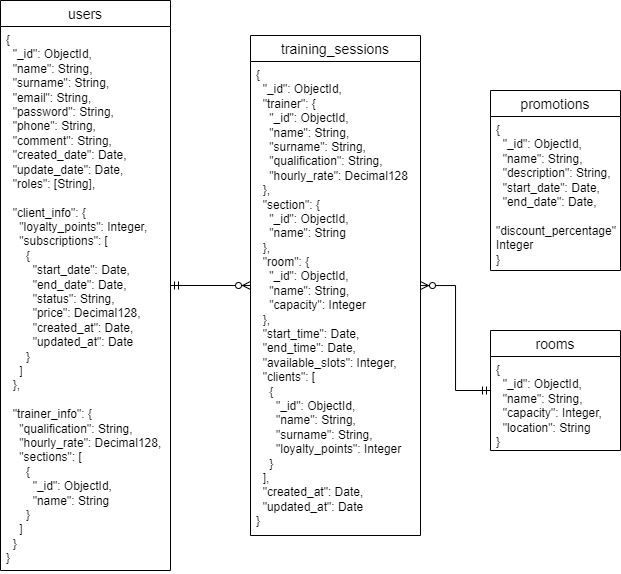
Above: assets/mongo.png in moevm/nosql2h24-gym (draw.io), before the change. Source tidied: cells renumbered, new cells last; positions are measured from the earlier drawing's top-left corner, leaving out a move shared by most shapes.
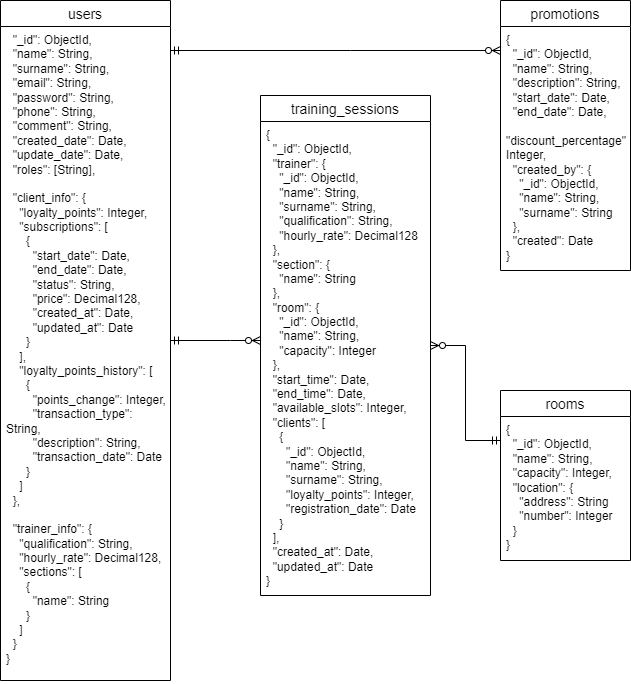
After the commit.

Commit message:
update sql & mongo schemas

The edit, as a diff of the source:
```diff
@@ -3,34 +3,52 @@
     <mxCell id="0" />
     <mxCell id="1" parent="0" />
     <mxCell id="2" value="users" style="swimlane;fontStyle=0;horizontal=1;startSize=26;align=center;fontSize=14;" parent="1" vertex="1">
-      <mxGeometry width="170" height="570" as="geometry" />
+      <mxGeometry x="-10" y="-60" width="170" height="680" as="geometry" />
     </mxCell>
-    <mxCell id="3" value="&lt;div&gt;{&lt;/div&gt;&lt;div&gt;&amp;nbsp; &quot;_id&quot;: ObjectId,&lt;/div&gt;&lt;div&gt;&amp;nbsp; &quot;name&quot;: String,&lt;/div&gt;&lt;div&gt;&amp;nbsp; &quot;surname&quot;: String,&lt;/div&gt;&lt;div&gt;&amp;nbsp; &quot;email&quot;: String,&lt;/div&gt;&lt;div&gt;&amp;nbsp; &quot;password&quot;: String,&lt;/div&gt;&lt;div&gt;&amp;nbsp; &quot;phone&quot;: String,&lt;/div&gt;&lt;div&gt;&amp;nbsp; &quot;comment&quot;: String,&lt;/div&gt;&lt;div&gt;&amp;nbsp; &quot;created_date&quot;: Date,&lt;/div&gt;&lt;div&gt;&amp;nbsp; &quot;update_date&quot;: Date,&lt;/div&gt;&lt;div&gt;&amp;nbsp; &quot;roles&quot;: [String],&lt;/div&gt;&lt;div&gt;&lt;br&gt;&lt;/div&gt;&lt;div&gt;&amp;nbsp; &quot;client_info&quot;: {&lt;/div&gt;&lt;div&gt;&amp;nbsp; &amp;nbsp; &quot;loyalty_points&quot;: Integer,&lt;/div&gt;&lt;div&gt;&amp;nbsp; &amp;nbsp; &quot;subscriptions&quot;: [&lt;/div&gt;&lt;div&gt;&amp;nbsp; &amp;nbsp; &amp;nbsp; {&lt;/div&gt;&lt;div&gt;&amp;nbsp; &amp;nbsp; &amp;nbsp; &amp;nbsp; &quot;start_date&quot;: Date,&lt;/div&gt;&lt;div&gt;&amp;nbsp; &amp;nbsp; &amp;nbsp; &amp;nbsp; &quot;end_date&quot;: Date,&lt;/div&gt;&lt;div&gt;&amp;nbsp; &amp;nbsp; &amp;nbsp; &amp;nbsp; &quot;status&quot;: String,&lt;/div&gt;&lt;div&gt;&amp;nbsp; &amp;nbsp; &amp;nbsp; &amp;nbsp; &quot;price&quot;: Decimal128,&lt;/div&gt;&lt;div&gt;&amp;nbsp; &amp;nbsp; &amp;nbsp; &amp;nbsp; &quot;created_at&quot;: Date,&lt;/div&gt;&lt;div&gt;&amp;nbsp; &amp;nbsp; &amp;nbsp; &amp;nbsp; &quot;updated_at&quot;: Date&lt;/div&gt;&lt;div&gt;&amp;nbsp; &amp;nbsp; &amp;nbsp; }&lt;/div&gt;&lt;div&gt;&amp;nbsp; &amp;nbsp; ]&lt;/div&gt;&lt;div&gt;&amp;nbsp; },&lt;/div&gt;&lt;div&gt;&lt;br&gt;&lt;/div&gt;&lt;div&gt;&amp;nbsp; &quot;trainer_info&quot;: {&lt;/div&gt;&lt;div&gt;&amp;nbsp; &amp;nbsp; &quot;qualification&quot;: String,&lt;/div&gt;&lt;div&gt;&amp;nbsp; &amp;nbsp; &quot;hourly_rate&quot;: Decimal128,&lt;/div&gt;&lt;div&gt;&amp;nbsp; &amp;nbsp; &quot;sections&quot;: [&lt;/div&gt;&lt;div&gt;&amp;nbsp; &amp;nbsp; &amp;nbsp; {&lt;/div&gt;&lt;div&gt;&amp;nbsp; &amp;nbsp; &amp;nbsp; &amp;nbsp; &quot;_id&quot;: ObjectId,&lt;/div&gt;&lt;div&gt;&amp;nbsp; &amp;nbsp; &amp;nbsp; &amp;nbsp; &quot;name&quot;: String&lt;/div&gt;&lt;div&gt;&amp;nbsp; &amp;nbsp; &amp;nbsp; }&lt;/div&gt;&lt;div&gt;&amp;nbsp; &amp;nbsp; ]&lt;/div&gt;&lt;div&gt;&amp;nbsp; }&lt;/div&gt;&lt;div&gt;}&lt;/div&gt;" style="text;strokeColor=none;fillColor=none;spacingLeft=4;spacingRight=4;overflow=hidden;fontSize=12;whiteSpace=wrap;html=1;" parent="2" vertex="1">
-      <mxGeometry y="26" width="170" height="544" as="geometry" />
+    <mxCell id="3" value="&lt;div&gt;&amp;nbsp; &quot;_id&quot;: ObjectId,&lt;/div&gt;&lt;div&gt;&amp;nbsp; &quot;name&quot;: String,&lt;/div&gt;&lt;div&gt;&amp;nbsp; &quot;surname&quot;: String,&lt;/div&gt;&lt;div&gt;&amp;nbsp; &quot;email&quot;: String,&lt;/div&gt;&lt;div&gt;&amp;nbsp; &quot;password&quot;: String,&lt;/div&gt;&lt;div&gt;&amp;nbsp; &quot;phone&quot;: String,&lt;/div&gt;&lt;div&gt;&amp;nbsp; &quot;comment&quot;: String,&lt;/div&gt;&lt;div&gt;&amp;nbsp; &quot;created_date&quot;: Date,&lt;/div&gt;&lt;div&gt;&amp;nbsp; &quot;update_date&quot;: Date,&lt;/div&gt;&lt;div&gt;&amp;nbsp; &quot;roles&quot;: [String],&lt;/div&gt;&lt;div&gt;&lt;br&gt;&lt;/div&gt;&lt;div&gt;&amp;nbsp; &quot;client_info&quot;: {&lt;/div&gt;&lt;div&gt;&amp;nbsp; &amp;nbsp; &quot;loyalty_points&quot;: Integer,&lt;/div&gt;&lt;div&gt;&amp;nbsp; &amp;nbsp; &quot;subscriptions&quot;: [&lt;/div&gt;&lt;div&gt;&amp;nbsp; &amp;nbsp; &amp;nbsp; {&lt;/div&gt;&lt;div&gt;&amp;nbsp; &amp;nbsp; &amp;nbsp; &amp;nbsp; &quot;start_date&quot;: Date,&lt;/div&gt;&lt;div&gt;&amp;nbsp; &amp;nbsp; &amp;nbsp; &amp;nbsp; &quot;end_date&quot;: Date,&lt;/div&gt;&lt;div&gt;&amp;nbsp; &amp;nbsp; &amp;nbsp; &amp;nbsp; &quot;status&quot;: String,&lt;/div&gt;&lt;div&gt;&amp;nbsp; &amp;nbsp; &amp;nbsp; &amp;nbsp; &quot;price&quot;: Decimal128,&lt;/div&gt;&lt;div&gt;&amp;nbsp; &amp;nbsp; &amp;nbsp; &amp;nbsp; &quot;created_at&quot;: Date,&lt;/div&gt;&lt;div&gt;&amp;nbsp; &amp;nbsp; &amp;nbsp; &amp;nbsp; &quot;updated_at&quot;: Date&lt;/div&gt;&lt;div&gt;&amp;nbsp; &amp;nbsp; &amp;nbsp; }&lt;/div&gt;&lt;div&gt;&amp;nbsp; &amp;nbsp; ],&lt;/div&gt;&lt;div&gt;&amp;nbsp; &amp;nbsp; &quot;loyalty_points_history&quot;: [&lt;/div&gt;&lt;div&gt;&amp;nbsp; &amp;nbsp; &amp;nbsp; {&lt;/div&gt;&lt;div&gt;&amp;nbsp; &amp;nbsp; &amp;nbsp; &amp;nbsp; &quot;points_change&quot;: Integer,&lt;/div&gt;&lt;div&gt;&amp;nbsp; &amp;nbsp; &amp;nbsp; &amp;nbsp; &quot;transaction_type&quot;: String,&lt;/div&gt;&lt;div&gt;&amp;nbsp; &amp;nbsp; &amp;nbsp; &amp;nbsp; &quot;description&quot;: String,&lt;/div&gt;&lt;div&gt;&amp;nbsp; &amp;nbsp; &amp;nbsp; &amp;nbsp; &quot;transaction_date&quot;: Date&lt;/div&gt;&lt;div&gt;&amp;nbsp; &amp;nbsp; &amp;nbsp; }&lt;/div&gt;&lt;div&gt;&amp;nbsp; &amp;nbsp; ]&lt;/div&gt;&lt;div&gt;&amp;nbsp; },&lt;/div&gt;&lt;div&gt;&lt;br&gt;&lt;/div&gt;&lt;div&gt;&amp;nbsp; &quot;trainer_info&quot;: {&lt;/div&gt;&lt;div&gt;&amp;nbsp; &amp;nbsp; &quot;qualification&quot;: String,&lt;/div&gt;&lt;div&gt;&amp;nbsp; &amp;nbsp; &quot;hourly_rate&quot;: Decimal128,&lt;/div&gt;&lt;div&gt;&amp;nbsp; &amp;nbsp; &quot;sections&quot;: [&lt;/div&gt;&lt;div&gt;&amp;nbsp; &amp;nbsp; &amp;nbsp; {&lt;/div&gt;&lt;div&gt;&amp;nbsp; &amp;nbsp; &amp;nbsp; &amp;nbsp; &quot;name&quot;: String&lt;/div&gt;&lt;div&gt;&amp;nbsp; &amp;nbsp; &amp;nbsp; }&lt;/div&gt;&lt;div&gt;&amp;nbsp; &amp;nbsp; ]&lt;/div&gt;&lt;div&gt;&amp;nbsp; }&lt;/div&gt;&lt;div&gt;}&lt;/div&gt;" style="text;strokeColor=none;fillColor=none;spacingLeft=4;spacingRight=4;overflow=hidden;fontSize=12;whiteSpace=wrap;html=1;" parent="2" vertex="1">
+      <mxGeometry y="26" width="170" height="654" as="geometry" />
     </mxCell>
     <mxCell id="4" value="rooms" style="swimlane;fontStyle=0;horizontal=1;startSize=26;align=center;fontSize=14;" parent="1" vertex="1">
-      <mxGeometry x="490" y="330" width="130" height="120" as="geometry" />
+      <mxGeometry x="490" y="330" width="130" height="170" as="geometry" />
     </mxCell>
-    <mxCell id="5" value="&lt;div&gt;{&lt;/div&gt;&lt;div&gt;&amp;nbsp; &quot;_id&quot;: ObjectId,&lt;/div&gt;&lt;div&gt;&amp;nbsp; &quot;name&quot;: String,&lt;/div&gt;&lt;div&gt;&amp;nbsp; &quot;capacity&quot;: Integer,&lt;/div&gt;&lt;div&gt;&amp;nbsp; &quot;location&quot;: String&lt;/div&gt;&lt;div&gt;}&lt;/div&gt;" style="text;strokeColor=none;fillColor=none;spacingLeft=4;spacingRight=4;overflow=hidden;fontSize=12;whiteSpace=wrap;html=1;" parent="4" vertex="1">
-      <mxGeometry y="26" width="130" height="94" as="geometry" />
+    <mxCell id="5" value="&lt;div&gt;{&lt;/div&gt;&lt;div&gt;&amp;nbsp; &quot;_id&quot;: ObjectId,&lt;/div&gt;&lt;div&gt;&amp;nbsp; &quot;name&quot;: String,&lt;/div&gt;&lt;div&gt;&amp;nbsp; &quot;capacity&quot;: Integer,&lt;/div&gt;&lt;div&gt;&amp;nbsp; &quot;location&quot;: {&lt;/div&gt;&lt;div&gt;&amp;nbsp; &amp;nbsp; &quot;address&quot;: String&lt;/div&gt;&lt;div&gt;&amp;nbsp; &amp;nbsp; &quot;number&quot;: Integer&lt;/div&gt;&lt;div&gt;&amp;nbsp; }&lt;/div&gt;&lt;div&gt;}&lt;/div&gt;" style="text;strokeColor=none;fillColor=none;spacingLeft=4;spacingRight=4;overflow=hidden;fontSize=12;whiteSpace=wrap;html=1;" parent="4" vertex="1">
+      <mxGeometry y="26" width="130" height="144" as="geometry" />
     </mxCell>
     <mxCell id="6" value="training_sessions" style="swimlane;fontStyle=0;horizontal=1;startSize=26;align=center;fontSize=14;" parent="1" vertex="1">
       <mxGeometry x="250" y="35" width="170" height="500" as="geometry" />
     </mxCell>
-    <mxCell id="7" value="&lt;div&gt;{&lt;/div&gt;&lt;div&gt;&amp;nbsp; &quot;_id&quot;: ObjectId,&lt;/div&gt;&lt;div&gt;&amp;nbsp; &quot;trainer&quot;: {&lt;/div&gt;&lt;div&gt;&amp;nbsp; &amp;nbsp; &quot;_id&quot;: ObjectId,&lt;/div&gt;&lt;div&gt;&amp;nbsp; &amp;nbsp; &quot;name&quot;: String,&lt;/div&gt;&lt;div&gt;&amp;nbsp; &amp;nbsp; &quot;surname&quot;: String,&lt;/div&gt;&lt;div&gt;&amp;nbsp; &amp;nbsp; &quot;qualification&quot;: String,&lt;/div&gt;&lt;div&gt;&amp;nbsp; &amp;nbsp; &quot;hourly_rate&quot;: Decimal128&lt;/div&gt;&lt;div&gt;&amp;nbsp; },&lt;/div&gt;&lt;div&gt;&amp;nbsp; &quot;section&quot;: {&lt;/div&gt;&lt;div&gt;&amp;nbsp; &amp;nbsp; &quot;_id&quot;: ObjectId,&lt;/div&gt;&lt;div&gt;&amp;nbsp; &amp;nbsp; &quot;name&quot;: String&lt;/div&gt;&lt;div&gt;&amp;nbsp; },&lt;/div&gt;&lt;div&gt;&amp;nbsp; &quot;room&quot;: {&lt;/div&gt;&lt;div&gt;&amp;nbsp; &amp;nbsp; &quot;_id&quot;: ObjectId,&lt;/div&gt;&lt;div&gt;&amp;nbsp; &amp;nbsp; &quot;name&quot;: String,&lt;/div&gt;&lt;div&gt;&amp;nbsp; &amp;nbsp; &quot;capacity&quot;: Integer&lt;/div&gt;&lt;div&gt;&amp;nbsp; },&lt;/div&gt;&lt;div&gt;&amp;nbsp; &quot;start_time&quot;: Date,&lt;/div&gt;&lt;div&gt;&amp;nbsp; &quot;end_time&quot;: Date,&lt;/div&gt;&lt;div&gt;&amp;nbsp; &quot;available_slots&quot;: Integer,&lt;/div&gt;&lt;div&gt;&amp;nbsp; &quot;clients&quot;: [&lt;/div&gt;&lt;div&gt;&amp;nbsp; &amp;nbsp; {&lt;/div&gt;&lt;div&gt;&amp;nbsp; &amp;nbsp; &amp;nbsp; &quot;_id&quot;: ObjectId,&lt;/div&gt;&lt;div&gt;&amp;nbsp; &amp;nbsp; &amp;nbsp; &quot;name&quot;: String,&lt;/div&gt;&lt;div&gt;&amp;nbsp; &amp;nbsp; &amp;nbsp; &quot;surname&quot;: String,&lt;/div&gt;&lt;div&gt;&amp;nbsp; &amp;nbsp; &amp;nbsp; &quot;loyalty_points&quot;: Integer&lt;/div&gt;&lt;div&gt;&amp;nbsp; &amp;nbsp; }&lt;/div&gt;&lt;div&gt;&amp;nbsp; ],&lt;/div&gt;&lt;div&gt;&amp;nbsp; &quot;created_at&quot;: Date,&lt;/div&gt;&lt;div&gt;&amp;nbsp; &quot;updated_at&quot;: Date&lt;/div&gt;&lt;div&gt;}&lt;/div&gt;" style="text;strokeColor=none;fillColor=none;spacingLeft=4;spacingRight=4;overflow=hidden;fontSize=12;whiteSpace=wrap;html=1;" parent="6" vertex="1">
+    <mxCell id="7" value="&lt;div&gt;{&lt;/div&gt;&lt;div&gt;&amp;nbsp; &quot;_id&quot;: ObjectId,&lt;/div&gt;&lt;div&gt;&amp;nbsp; &quot;trainer&quot;: {&lt;/div&gt;&lt;div&gt;&amp;nbsp; &amp;nbsp; &quot;_id&quot;: ObjectId,&lt;/div&gt;&lt;div&gt;&amp;nbsp; &amp;nbsp; &quot;name&quot;: String,&lt;/div&gt;&lt;div&gt;&amp;nbsp; &amp;nbsp; &quot;surname&quot;: String,&lt;/div&gt;&lt;div&gt;&amp;nbsp; &amp;nbsp; &quot;qualification&quot;: String,&lt;/div&gt;&lt;div&gt;&amp;nbsp; &amp;nbsp; &quot;hourly_rate&quot;: Decimal128&lt;/div&gt;&lt;div&gt;&amp;nbsp; },&lt;/div&gt;&lt;div&gt;&amp;nbsp; &quot;section&quot;: {&lt;/div&gt;&lt;div&gt;&amp;nbsp; &amp;nbsp; &quot;name&quot;: String&lt;/div&gt;&lt;div&gt;&amp;nbsp; },&lt;/div&gt;&lt;div&gt;&amp;nbsp; &quot;room&quot;: {&lt;/div&gt;&lt;div&gt;&amp;nbsp; &amp;nbsp; &quot;_id&quot;: ObjectId,&lt;/div&gt;&lt;div&gt;&amp;nbsp; &amp;nbsp; &quot;name&quot;: String,&lt;/div&gt;&lt;div&gt;&amp;nbsp; &amp;nbsp; &quot;capacity&quot;: Integer&lt;/div&gt;&lt;div&gt;&amp;nbsp; },&lt;/div&gt;&lt;div&gt;&amp;nbsp; &quot;start_time&quot;: Date,&lt;/div&gt;&lt;div&gt;&amp;nbsp; &quot;end_time&quot;: Date,&lt;/div&gt;&lt;div&gt;&amp;nbsp; &quot;available_slots&quot;: Integer,&lt;/div&gt;&lt;div&gt;&amp;nbsp; &quot;clients&quot;: [&lt;/div&gt;&lt;div&gt;&amp;nbsp; &amp;nbsp; {&lt;/div&gt;&lt;div&gt;&amp;nbsp; &amp;nbsp; &amp;nbsp; &quot;_id&quot;: ObjectId,&lt;/div&gt;&lt;div&gt;&amp;nbsp; &amp;nbsp; &amp;nbsp; &quot;name&quot;: String,&lt;/div&gt;&lt;div&gt;&amp;nbsp; &amp;nbsp; &amp;nbsp; &quot;surname&quot;: String,&lt;/div&gt;&lt;div&gt;&amp;nbsp; &amp;nbsp; &amp;nbsp; &quot;loyalty_points&quot;: Integer,&lt;/div&gt;&lt;div&gt;&amp;nbsp; &amp;nbsp; &amp;nbsp; &quot;registration_date&quot;: Date&lt;/div&gt;&lt;div&gt;&amp;nbsp; &amp;nbsp; }&lt;/div&gt;&lt;div&gt;&amp;nbsp; ],&lt;/div&gt;&lt;div&gt;&amp;nbsp; &quot;created_at&quot;: Date,&lt;/div&gt;&lt;div&gt;&amp;nbsp; &quot;updated_at&quot;: Date&lt;/div&gt;&lt;div&gt;}&lt;/div&gt;" style="text;strokeColor=none;fillColor=none;spacingLeft=4;spacingRight=4;overflow=hidden;fontSize=12;whiteSpace=wrap;html=1;" parent="6" vertex="1">
       <mxGeometry y="26" width="170" height="474" as="geometry" />
     </mxCell>
     <mxCell id="8" value="promotions" style="swimlane;fontStyle=0;horizontal=1;startSize=26;align=center;fontSize=14;" parent="1" vertex="1">
-      <mxGeometry x="490" y="90" width="130" height="180" as="geometry" />
+      <mxGeometry x="490" y="-60" width="130" height="270" as="geometry" />
     </mxCell>
-    <mxCell id="9" value="&lt;div&gt;{&lt;/div&gt;&lt;div&gt;&amp;nbsp; &quot;_id&quot;: ObjectId,&lt;/div&gt;&lt;div&gt;&amp;nbsp; &quot;name&quot;: String,&lt;/div&gt;&lt;div&gt;&amp;nbsp; &quot;description&quot;: String,&lt;/div&gt;&lt;div&gt;&amp;nbsp; &quot;start_date&quot;: Date,&lt;/div&gt;&lt;div&gt;&amp;nbsp; &quot;end_date&quot;: Date,&lt;/div&gt;&lt;div&gt;&amp;nbsp; &quot;discount_percentage&quot;: Integer&lt;/div&gt;&lt;div&gt;}&lt;/div&gt;" style="text;strokeColor=none;fillColor=none;spacingLeft=4;spacingRight=4;overflow=hidden;fontSize=12;whiteSpace=wrap;html=1;" parent="8" vertex="1">
-      <mxGeometry y="26" width="130" height="154" as="geometry" />
+    <mxCell id="9" value="&lt;div&gt;{&lt;/div&gt;&lt;div&gt;&amp;nbsp; &quot;_id&quot;: ObjectId,&lt;/div&gt;&lt;div&gt;&amp;nbsp; &quot;name&quot;: String,&lt;/div&gt;&lt;div&gt;&amp;nbsp; &quot;description&quot;: String,&lt;/div&gt;&lt;div&gt;&amp;nbsp; &quot;start_date&quot;: Date,&lt;/div&gt;&lt;div&gt;&amp;nbsp; &quot;end_date&quot;: Date,&lt;/div&gt;&lt;div&gt;&amp;nbsp; &quot;discount_percentage&quot;: Integer,&lt;/div&gt;&lt;div&gt;&amp;nbsp; &quot;created_by&quot;: {&lt;/div&gt;&lt;div&gt;&amp;nbsp; &amp;nbsp; &quot;_id&quot;: ObjectId,&lt;/div&gt;&lt;div&gt;&amp;nbsp; &amp;nbsp; &quot;name&quot;: String,&lt;/div&gt;&lt;div&gt;&amp;nbsp; &amp;nbsp; &quot;surname&quot;: String&lt;/div&gt;&lt;div&gt;&amp;nbsp; },&lt;/div&gt;&lt;div&gt;&amp;nbsp; &quot;created&quot;: Date&lt;/div&gt;&lt;div&gt;}&lt;/div&gt;" style="text;strokeColor=none;fillColor=none;spacingLeft=4;spacingRight=4;overflow=hidden;fontSize=12;whiteSpace=wrap;html=1;" parent="8" vertex="1">
+      <mxGeometry y="26" width="130" height="244" as="geometry" />
     </mxCell>
     <mxCell id="10" style="edgeStyle=orthogonalEdgeStyle;fontSize=12;html=1;endArrow=ERzeroToMany;startArrow=ERmandOne;rounded=0;" parent="1" edge="1" source="2" target="6">
-      <mxGeometry relative="1" as="geometry" />
+      <mxGeometry relative="1" as="geometry">
+        <Array as="points">
+          <mxPoint x="220" y="280" />
+          <mxPoint x="220" y="280" />
+        </Array>
+      </mxGeometry>
     </mxCell>
     <mxCell id="11" style="edgeStyle=orthogonalEdgeStyle;fontSize=12;html=1;endArrow=ERzeroToMany;startArrow=ERmandOne;rounded=0;" parent="1" edge="1" source="4" target="6">
-      <mxGeometry relative="1" as="geometry" />
+      <mxGeometry relative="1" as="geometry">
+        <Array as="points">
+          <mxPoint x="455" y="380" />
+          <mxPoint x="455" y="285" />
+        </Array>
+      </mxGeometry>
     </mxCell>
+    <mxCell id="12" style="edgeStyle=orthogonalEdgeStyle;fontSize=12;html=1;endArrow=ERzeroToMany;startArrow=ERmandOne;rounded=0;" parent="1" edge="1" source="2" target="8">
+      <mxGeometry relative="1" as="geometry">
+        <Array as="points">
+          <mxPoint x="340" y="-10" />
+          <mxPoint x="340" y="-10" />
+        </Array>
+      </mxGeometry>
+    </mxCell>
   </root>
 </mxGraphModel>
```
